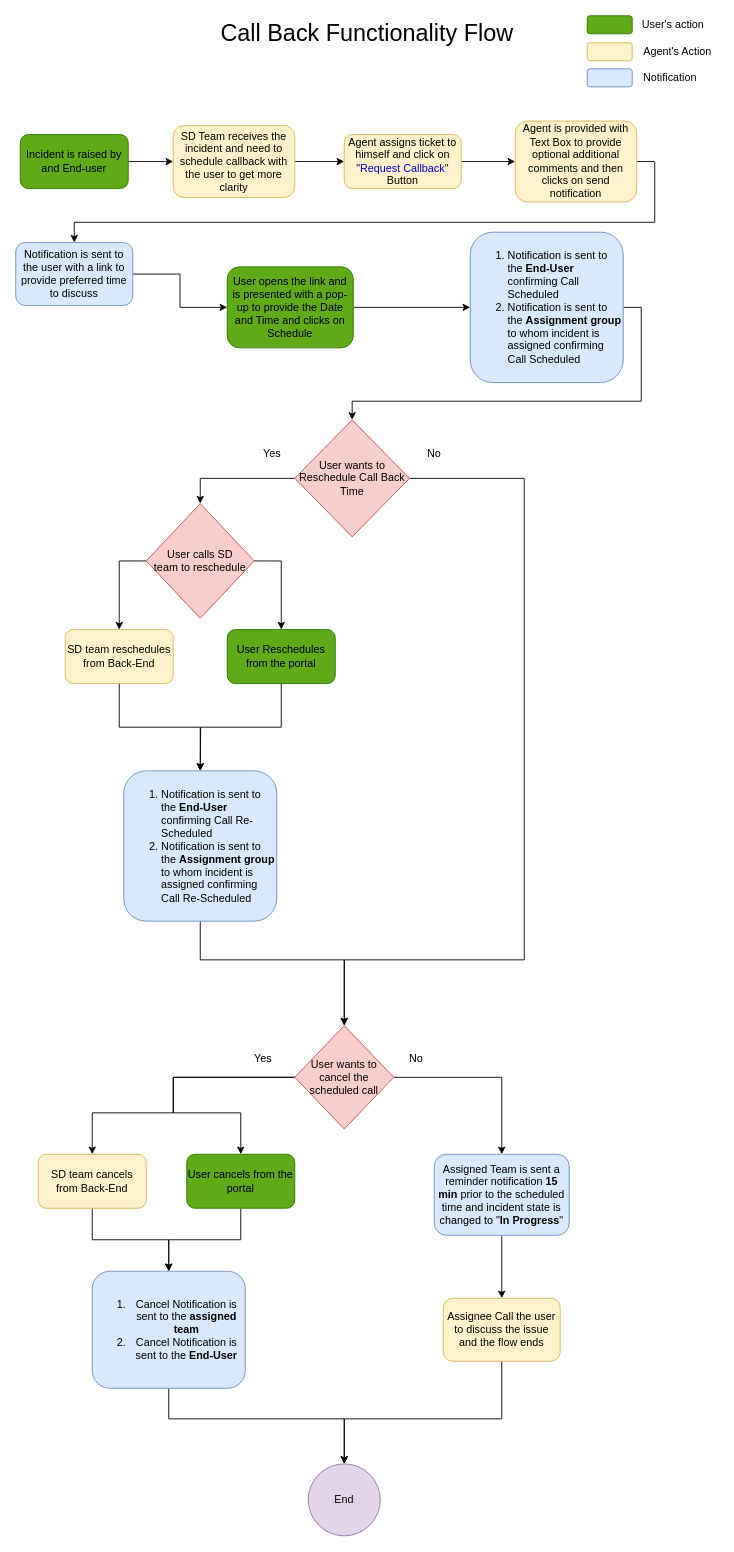
Before: Untitled Diagram.drawio in sunjyot1993/Call-Back-Flow, a draw.io diagram. Source tidied: cells renumbered, new cells numbered last; positions are measured from the earlier drawing's top-left corner, leaving out a move shared by most shapes. Both pictures are drawn from the tidied source at 90%, with x=0, y=0 at pixel (15, 15).
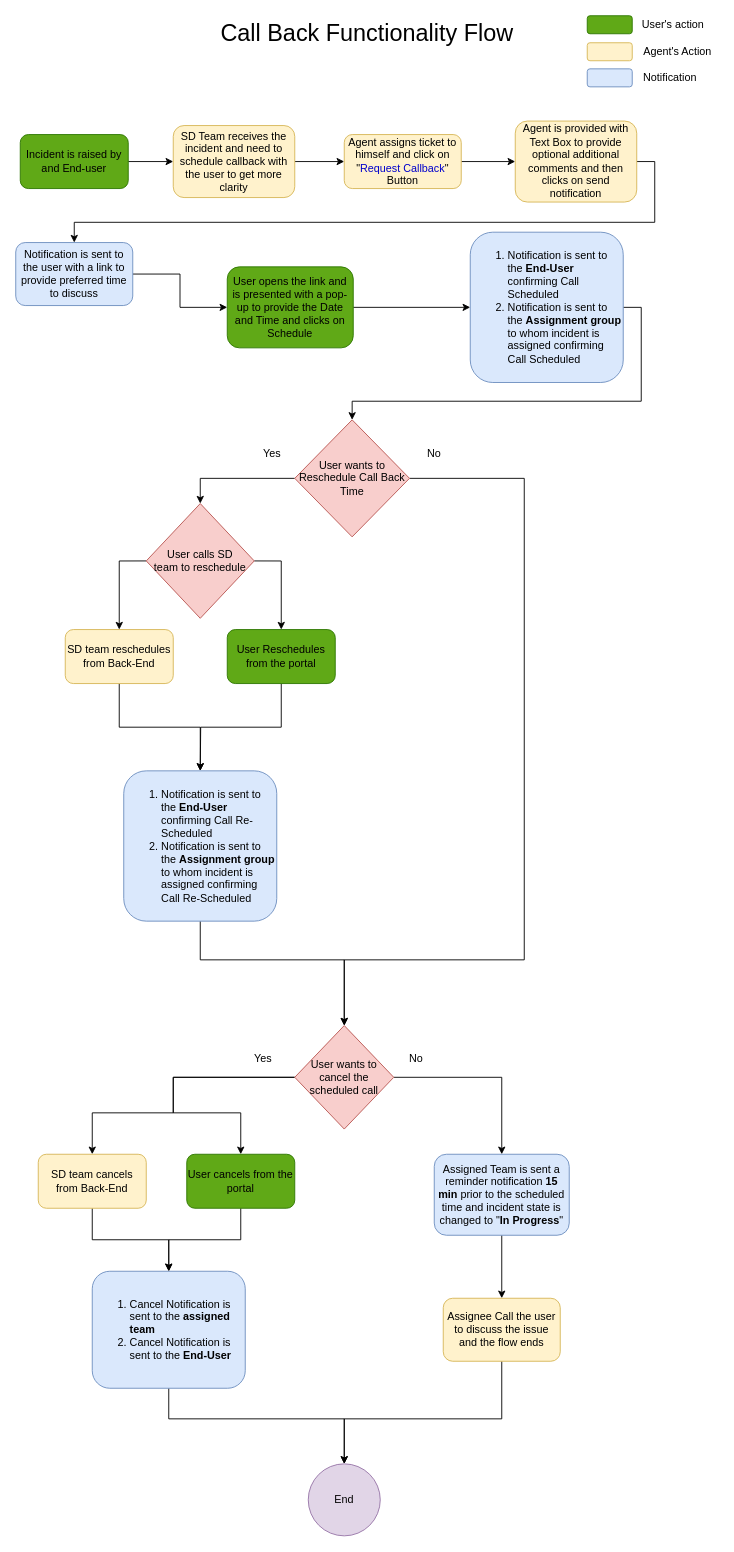
The same page after the edit.

Change to the diagram source:
```diff
@@
-    <mxCell id="38" value="&lt;ol&gt;&lt;li&gt;Cancel Notification is sent to the &lt;b&gt;assigned team&lt;/b&gt;&lt;/li&gt;&lt;li&gt;Cancel Notification is sent to the &lt;b&gt;End-User&lt;/b&gt;&lt;br&gt;&lt;/li&gt;&lt;/ol&gt;" style="rounded=1;whiteSpace=wrap;html=1;fillColor=#dae8fc;strokeColor=#6c8ebf;" parent="1" vertex="1">
+    <mxCell id="38" value="&lt;ol&gt;&lt;li&gt;Cancel Notification is sent to the &lt;b&gt;assigned team&lt;/b&gt;&lt;/li&gt;&lt;li&gt;Cancel Notification is sent to the &lt;b&gt;End-User&lt;/b&gt;&lt;br&gt;&lt;/li&gt;&lt;/ol&gt;" style="rounded=1;whiteSpace=wrap;html=1;fillColor=#dae8fc;strokeColor=#6c8ebf;align=left;" parent="1" vertex="1">
       <mxGeometry x="85" y="1395" width="170" height="130" as="geometry" />
     </mxCell>
```
